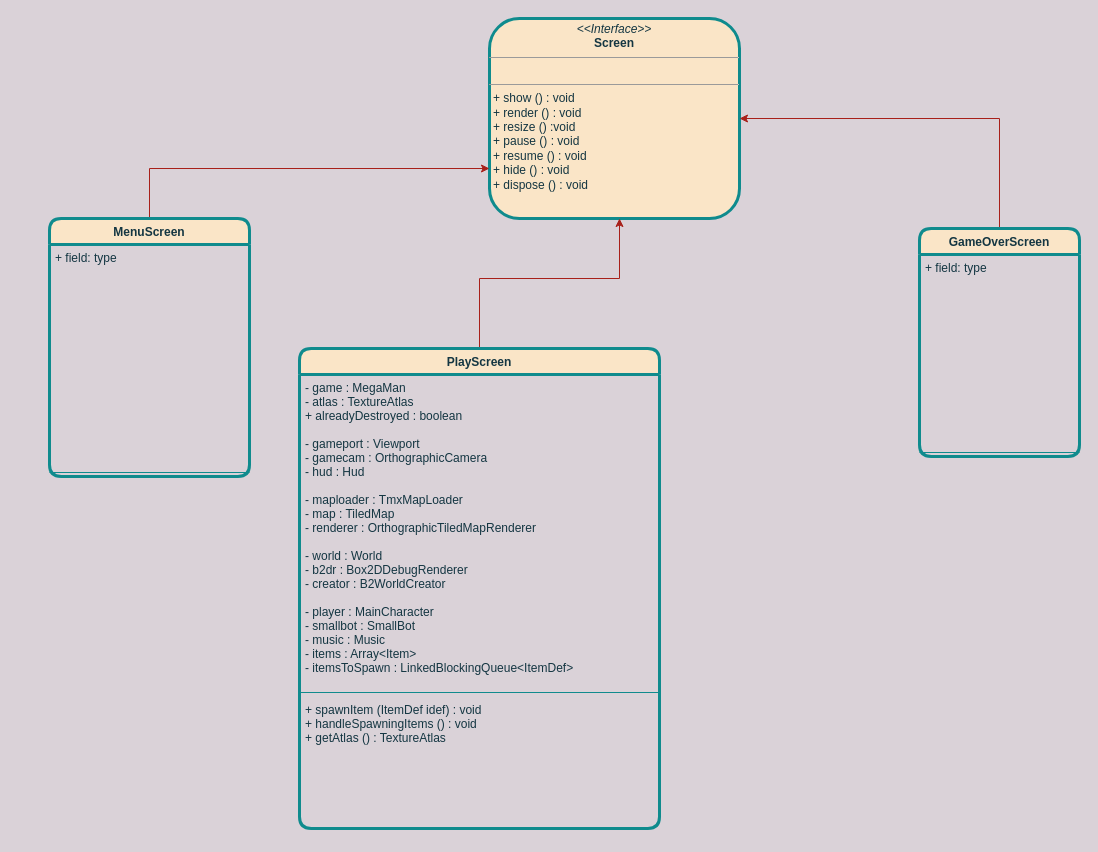
Earlier version of the draw.io diagram page "Screens" (1 of 4) of uml.drawio (thanhhoann/megaman). Source tidied: cells renumbered, new cells numbered last; positions are measured from the earlier drawing's top-left corner, leaving out a move shared by most shapes. Both pictures are drawn from the tidied source at 100%, with x=0, y=0 at pixel (49, 18).
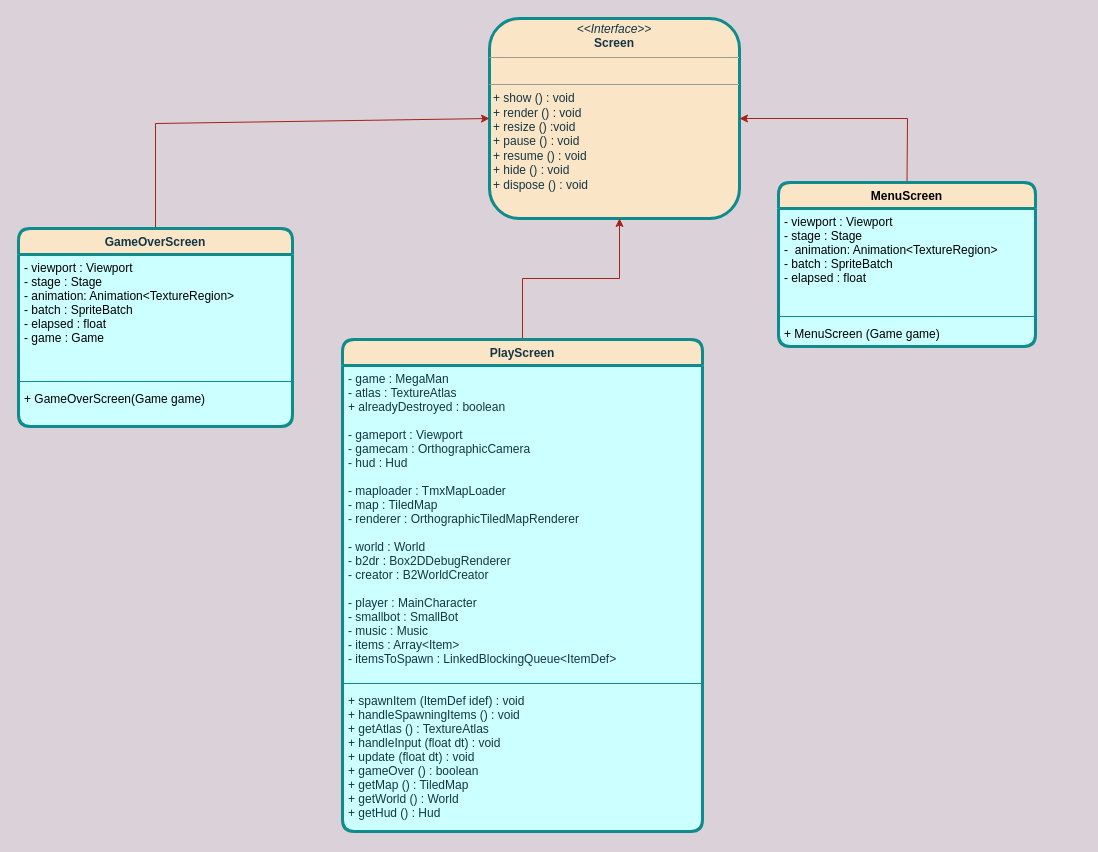
Above is the later version.

The change refers to these unchanged cells:
```xml
<mxCell id="2" value="&lt;p style=&quot;margin: 0px ; margin-top: 4px ; text-align: center&quot;&gt;&lt;i&gt;&amp;lt;&amp;lt;Interface&amp;gt;&amp;gt;&lt;/i&gt;&lt;br&gt;&lt;b&gt;Screen&lt;/b&gt;&lt;/p&gt;&lt;hr size=&quot;1&quot;&gt;&lt;p style=&quot;margin: 0px ; margin-left: 4px&quot;&gt;&lt;br&gt;&lt;/p&gt;&lt;hr size=&quot;1&quot;&gt;&lt;p style=&quot;margin: 0px ; margin-left: 4px&quot;&gt;+ show () : void&lt;br&gt;+ render () : void&lt;/p&gt;&lt;p style=&quot;margin: 0px ; margin-left: 4px&quot;&gt;+ resize () :void&lt;/p&gt;&lt;p style=&quot;margin: 0px ; margin-left: 4px&quot;&gt;+ pause () : void&lt;/p&gt;&lt;p style=&quot;margin: 0px ; margin-left: 4px&quot;&gt;+ resume () : void&lt;/p&gt;&lt;p style=&quot;margin: 0px ; margin-left: 4px&quot;&gt;+ hide () : void&lt;/p&gt;&lt;p style=&quot;margin: 0px ; margin-left: 4px&quot;&gt;+ dispose () : void&lt;/p&gt;" style="verticalAlign=top;align=left;overflow=fill;fontSize=12;fontFamily=Helvetica;html=1;strokeWidth=3;rounded=1;shadow=0;sketch=0;glass=0;perimeterSpacing=0;fillColor=#FAE5C7;strokeColor=#0F8B8D;fontColor=#143642;" parent="1" vertex="1">
  <mxGeometry x="440" width="250" height="200" as="geometry" />
</mxCell>
```

What changed in the source:
```diff
@@
-    <mxCell id="3" style="edgeStyle=orthogonalEdgeStyle;rounded=0;jettySize=auto;html=1;exitX=0.5;exitY=0;exitDx=0;exitDy=0;entryX=1;entryY=0.5;entryDx=0;entryDy=0;labelBackgroundColor=#DAD2D8;strokeColor=#A8201A;fontColor=#143642;" parent="1" edge="1" source="4" target="2">
-      <mxGeometry relative="1" as="geometry" />
-    </mxCell>
-    <mxCell id="4" value="GameOverScreen" style="swimlane;fontStyle=1;align=center;verticalAlign=top;horizontal=1;startSize=26;fillColor=#FAE5C7;strokeWidth=3;rounded=1;strokeColor=#0F8B8D;fontColor=#143642;" parent="1" vertex="1">
-      <mxGeometry x="870" y="210" width="160" height="228" as="geometry" />
-    </mxCell>
-    <mxCell id="5" value="+ field: type" style="text;strokeColor=none;fillColor=none;align=left;verticalAlign=top;spacingLeft=4;spacingRight=4;overflow=hidden;fontColor=#143642;" parent="4" vertex="1">
-      <mxGeometry y="26" width="160" height="194" as="geometry" />
-    </mxCell>
-    <mxCell id="6" style="line;strokeWidth=1;fillColor=none;align=left;verticalAlign=middle;spacingTop=-1;spacingLeft=3;spacingRight=3;labelPosition=right;labelBackgroundColor=#DAD2D8;strokeColor=#0F8B8D;fontColor=#143642;" parent="4" vertex="1">
-      <mxGeometry y="220" width="160" height="8" as="geometry" />
-    </mxCell>
-    <mxCell id="7" style="edgeStyle=orthogonalEdgeStyle;rounded=0;jettySize=auto;html=1;exitX=0.5;exitY=0;exitDx=0;exitDy=0;entryX=0;entryY=0.75;entryDx=0;entryDy=0;labelBackgroundColor=#DAD2D8;strokeColor=#A8201A;fontColor=#143642;" parent="1" edge="1" source="8" target="2">
-      <mxGeometry relative="1" as="geometry" />
-    </mxCell>
-    <mxCell id="8" value="MenuScreen" style="swimlane;fontStyle=1;align=center;verticalAlign=top;horizontal=1;startSize=26;fillColor=#FAE5C7;strokeWidth=3;rounded=1;strokeColor=#0F8B8D;fontColor=#143642;" parent="1" vertex="1">
-      <mxGeometry y="200" width="200" height="258" as="geometry" />
-    </mxCell>
-    <mxCell id="9" value="+ field: type" style="text;strokeColor=none;fillColor=none;align=left;verticalAlign=top;spacingLeft=4;spacingRight=4;overflow=hidden;fontColor=#143642;" parent="8" vertex="1">
-      <mxGeometry y="26" width="200" height="224" as="geometry" />
-    </mxCell>
-    <mxCell id="10" style="line;strokeWidth=1;fillColor=none;align=left;verticalAlign=middle;spacingTop=-1;spacingLeft=3;spacingRight=3;labelPosition=right;labelBackgroundColor=#DAD2D8;strokeColor=#0F8B8D;fontColor=#143642;" parent="8" vertex="1">
-      <mxGeometry y="250" width="200" height="8" as="geometry" />
-    </mxCell>
-    <mxCell id="11" style="edgeStyle=none;rounded=0;jettySize=auto;html=1;exitX=0.5;exitY=0;exitDx=0;exitDy=0;entryX=0.52;entryY=1;entryDx=0;entryDy=0;entryPerimeter=0;labelBackgroundColor=#DAD2D8;strokeColor=#A8201A;fontColor=#143642;" parent="1" edge="1" source="12" target="2">
+    <mxCell id="11" style="edgeStyle=none;rounded=0;jettySize=auto;html=1;exitX=0.5;exitY=0;exitDx=0;exitDy=0;entryX=0.52;entryY=1;entryDx=0;entryDy=0;entryPerimeter=0;labelBackgroundColor=#DAD2D8;fontColor=#143642;strokeColor=#A8201A;" parent="1" edge="1" source="12" target="2">
       <mxGeometry relative="1" as="geometry">
         <Array as="points">
-          <mxPoint x="430" y="260" />
+          <mxPoint x="473" y="260" />
           <mxPoint x="570" y="260" />
         </Array>
       </mxGeometry>
     </mxCell>
-    <mxCell id="12" value="PlayScreen" style="swimlane;fontStyle=1;align=center;verticalAlign=top;horizontal=1;startSize=26;strokeColor=#0F8B8D;fillColor=#FAE5C7;rounded=1;strokeWidth=3;fontColor=#143642;" parent="1" vertex="1">
-      <mxGeometry x="250" y="330" width="360" height="480" as="geometry" />
+    <mxCell id="12" value="PlayScreen" style="swimlane;fontStyle=1;align=center;verticalAlign=top;horizontal=1;startSize=26;strokeColor=#0F8B8D;fillColor=#FAE5C7;rounded=1;strokeWidth=3;fontColor=#143642;swimlaneFillColor=#CCFFFF;" parent="1" vertex="1">
+      <mxGeometry x="293" y="321" width="360" height="492" as="geometry" />
     </mxCell>
@@
-    <mxCell id="15" value="+ spawnItem (ItemDef idef) : void&#10;+ handleSpawningItems () : void&#10;+ getAtlas () : TextureAtlas" style="text;strokeColor=none;fillColor=none;align=left;verticalAlign=top;spacingLeft=4;spacingRight=4;overflow=hidden;fontColor=#143642;fontStyle=0;" parent="12" vertex="1">
-      <mxGeometry y="348" width="360" height="132" as="geometry" />
+    <mxCell id="15" value="+ spawnItem (ItemDef idef) : void&#10;+ handleSpawningItems () : void&#10;+ getAtlas () : TextureAtlas&#10;+ handleInput (float dt) : void&#10;+ update (float dt) : void&#10;+ gameOver () : boolean&#10;+ getMap () : TiledMap&#10;+ getWorld () : World&#10;+ getHud () : Hud&#10;&#10;" style="text;strokeColor=none;fillColor=none;align=left;verticalAlign=top;spacingLeft=4;spacingRight=4;overflow=hidden;fontColor=#143642;fontStyle=0;" parent="12" vertex="1">
+      <mxGeometry y="348" width="360" height="144" as="geometry" />
     </mxCell>
+    <mxCell id="3" style="edgeStyle=none;html=1;exitX=0.5;exitY=0;exitDx=0;exitDy=0;entryX=0;entryY=0.5;entryDx=0;entryDy=0;fontColor=#CC0000;rounded=0;strokeColor=#A8201A;" parent="1" edge="1" source="4" target="2">
+      <mxGeometry relative="1" as="geometry">
+        <Array as="points">
+          <mxPoint x="106" y="105" />
+        </Array>
+      </mxGeometry>
+    </mxCell>
+    <mxCell id="4" value="GameOverScreen" style="swimlane;fontStyle=1;align=center;verticalAlign=top;horizontal=1;startSize=26;strokeColor=#0F8B8D;fillColor=#FAE5C7;rounded=1;strokeWidth=3;fontColor=#143642;swimlaneFillColor=#CCFFFF;" parent="1" vertex="1">
+      <mxGeometry x="-31" y="210" width="274" height="198" as="geometry" />
+    </mxCell>
+    <mxCell id="16" value="- viewport : Viewport&#10;- stage : Stage&#10;- animation: Animation&lt;TextureRegion&gt;&#10;- batch : SpriteBatch&#10;- elapsed : float&#10;- game : Game" style="text;strokeColor=none;fillColor=none;align=left;verticalAlign=top;spacingLeft=4;spacingRight=4;overflow=hidden;fontColor=#000000;" parent="4" vertex="1">
+      <mxGeometry y="26" width="274" height="123" as="geometry" />
+    </mxCell>
+    <mxCell id="17" style="line;strokeWidth=1;fillColor=none;align=left;verticalAlign=middle;spacingTop=-1;spacingLeft=3;spacingRight=3;labelPosition=right;fontColor=#000000;strokeColor=#0F8B8D;" parent="4" vertex="1">
+      <mxGeometry y="149" width="274" height="8" as="geometry" />
+    </mxCell>
+    <mxCell id="18" value="+ GameOverScreen(Game game)&#10;" style="text;strokeColor=none;fillColor=none;align=left;verticalAlign=top;spacingLeft=4;spacingRight=4;overflow=hidden;fontColor=#000000;" parent="4" vertex="1">
+      <mxGeometry y="157" width="274" height="41" as="geometry" />
+    </mxCell>
+    <mxCell id="7" style="edgeStyle=none;rounded=0;html=1;exitX=0.5;exitY=0;exitDx=0;exitDy=0;entryX=1;entryY=0.5;entryDx=0;entryDy=0;fontColor=#000000;startSize=26;strokeColor=#A8201A;" parent="1" edge="1" source="8" target="2">
+      <mxGeometry relative="1" as="geometry">
+        <Array as="points">
+          <mxPoint x="858" y="100" />
+        </Array>
+      </mxGeometry>
+    </mxCell>
+    <mxCell id="8" value="MenuScreen" style="swimlane;fontStyle=1;align=center;verticalAlign=top;horizontal=1;startSize=26;rounded=1;fontColor=#000000;strokeColor=#0F8B8D;strokeWidth=3;fillColor=#FAE5C7;swimlaneFillColor=#CCFFFF;" parent="1" vertex="1">
+      <mxGeometry x="729" y="164" width="257" height="164" as="geometry" />
+    </mxCell>
+    <mxCell id="19" value="- viewport : Viewport&#10;- stage : Stage&#10;-  animation: Animation&lt;TextureRegion&gt;&#10;- batch : SpriteBatch&#10;- elapsed : float&#10;&#10;" style="text;strokeColor=none;fillColor=none;align=left;verticalAlign=top;spacingLeft=4;spacingRight=4;overflow=hidden;fontColor=#000000;" parent="8" vertex="1">
+      <mxGeometry y="26" width="257" height="104" as="geometry" />
+    </mxCell>
+    <mxCell id="20" style="line;strokeWidth=1;fillColor=none;align=left;verticalAlign=middle;spacingTop=-1;spacingLeft=3;spacingRight=3;labelPosition=right;strokeColor=#0F8B8D;" parent="8" vertex="1">
+      <mxGeometry y="130" width="257" height="8" as="geometry" />
+    </mxCell>
+    <mxCell id="21" value="+ MenuScreen (Game game)" style="text;strokeColor=none;fillColor=none;align=left;verticalAlign=top;spacingLeft=4;spacingRight=4;overflow=hidden;fontColor=#000000;" parent="8" vertex="1">
+      <mxGeometry y="138" width="257" height="26" as="geometry" />
+    </mxCell>
```
